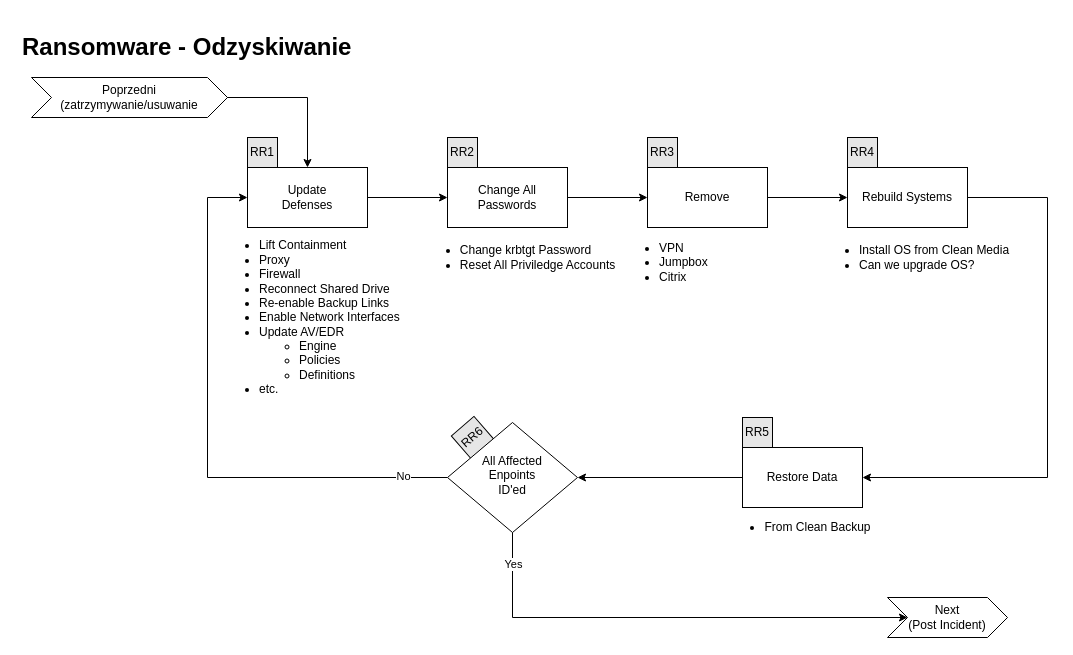
Above: page "Odzyskiwanie" (4 of 5) of IRP-Ransom/Workflows/Ransom-Workflow.drawio in amigasz/Playbooks (draw.io), before the change. Source tidied: cells renumbered, new cells numbered last; positions are measured from the earlier drawing's top-left corner, leaving out a move shared by most shapes. Both pictures are drawn from the tidied source at 100%, with x=0, y=0 at pixel (17, 27).
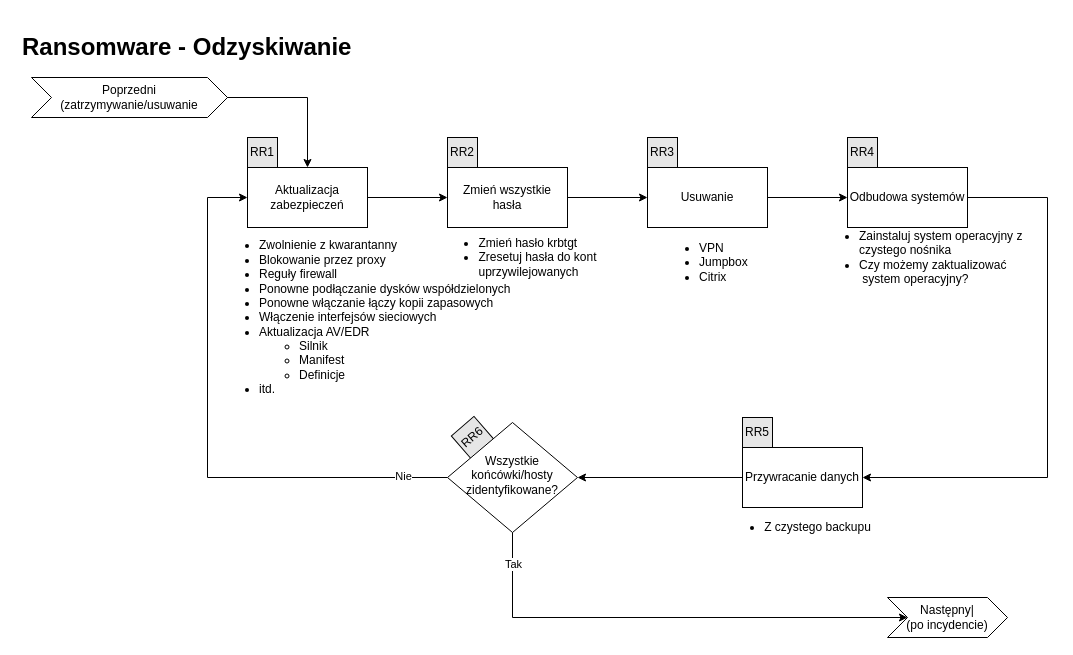
The same diagram, later.

The change refers to these unchanged cells:
```xml
<mxCell id="4" style="edgeStyle=orthogonalEdgeStyle;rounded=0;jettySize=auto;html=1;exitX=0;exitY=0.5;exitDx=0;exitDy=0;entryX=0;entryY=0.5;entryDx=0;entryDy=0;" parent="1" edge="1" source="6" target="14">
  <mxGeometry relative="1" as="geometry">
    <Array as="points">
      <mxPoint x="190" y="450" />
      <mxPoint x="190" y="170" />
    </Array>
  </mxGeometry>
</mxCell>
<mxCell id="8" style="edgeStyle=orthogonalEdgeStyle;rounded=0;jettySize=auto;html=1;exitX=0.5;exitY=1;exitDx=0;exitDy=0;entryX=0;entryY=0.5;entryDx=0;entryDy=0;" parent="1" edge="1" source="6" target="11">
  <mxGeometry relative="1" as="geometry">
    <Array as="points">
      <mxPoint x="495" y="590" />
    </Array>
  </mxGeometry>
</mxCell>
```

Change to the diagram source:
```diff
@@
-    <mxCell id="5" value="No" style="edgeLabel;html=1;align=center;verticalAlign=middle;" parent="4" vertex="1">
+    <mxCell id="5" value="Nie" style="edgeLabel;html=1;align=center;verticalAlign=middle;" parent="4" vertex="1">
       <mxGeometry x="-0.84" y="-2" relative="1" as="geometry" />
     </mxCell>
-    <mxCell id="6" value="&lt;div&gt;All Affected &lt;br&gt;&lt;/div&gt;&lt;div&gt;Enpoints &lt;br&gt;&lt;/div&gt;&lt;div&gt;ID'ed&lt;/div&gt;" style="rhombus;whiteSpace=wrap;html=1;shadow=0;fontFamily=Helvetica;fontSize=12;align=center;strokeWidth=1;spacing=6;spacingTop=-4;" parent="1" vertex="1">
+    <mxCell id="6" value="&lt;div&gt;Wszystkie końcówki/hosty zidentyfikowane?&lt;/div&gt;" style="rhombus;whiteSpace=wrap;html=1;shadow=0;fontFamily=Helvetica;fontSize=12;align=center;strokeWidth=1;spacing=6;spacingTop=-4;" parent="1" vertex="1">
       <mxGeometry x="430" y="395" width="130" height="110" as="geometry" />
     </mxCell>
@@
-    <mxCell id="9" value="Yes" style="edgeLabel;html=1;align=center;verticalAlign=middle;" parent="8" vertex="1">
+    <mxCell id="9" value="Tak" style="edgeLabel;html=1;align=center;verticalAlign=middle;" parent="8" vertex="1">
       <mxGeometry x="-0.82" y="1" relative="1" as="geometry">
         <mxPoint x="-1" y="-11.5" as="offset" />
       </mxGeometry>
     </mxCell>
@@
-    <mxCell id="11" value="&lt;div&gt;Next&lt;/div&gt;(Post Incident)" style="shape=step;perimeter=stepPerimeter;whiteSpace=wrap;html=1;fixedSize=1;" parent="1" vertex="1">
+    <mxCell id="11" value="Następny|&lt;br&gt;(po incydencie)" style="shape=step;perimeter=stepPerimeter;whiteSpace=wrap;html=1;fixedSize=1;" parent="1" vertex="1">
       <mxGeometry x="870" y="570" width="120" height="40" as="geometry" />
     </mxCell>
@@
-    <mxCell id="14" value="Update &lt;br&gt;Defenses" style="whiteSpace=wrap;html=1;" parent="1" vertex="1">
+    <mxCell id="14" value="Aktualizacja&lt;br&gt;zabezpieczeń" style="whiteSpace=wrap;html=1;" parent="1" vertex="1">
       <mxGeometry x="230" y="140" width="120" height="60" as="geometry" />
     </mxCell>
@@
-    <mxCell id="17" value="Change All Passwords" style="rounded=0;whiteSpace=wrap;html=1;" parent="1" vertex="1">
+    <mxCell id="17" value="Zmień wszystkie hasła" style="rounded=0;whiteSpace=wrap;html=1;" parent="1" vertex="1">
       <mxGeometry x="430" y="140" width="120" height="60" as="geometry" />
     </mxCell>
@@
-    <mxCell id="19" value="Remove" style="rounded=0;whiteSpace=wrap;html=1;" parent="1" vertex="1">
+    <mxCell id="19" value="Usuwanie" style="rounded=0;whiteSpace=wrap;html=1;" parent="1" vertex="1">
       <mxGeometry x="630" y="140" width="120" height="60" as="geometry" />
     </mxCell>
@@
-    <mxCell id="21" value="&lt;div align=&quot;left&quot;&gt;&lt;ul&gt;&lt;li&gt;&lt;span style=&quot;text-align: center&quot;&gt;Change krbtgt Password&lt;/span&gt;&lt;/li&gt;&lt;li&gt;&lt;span style=&quot;text-align: center&quot;&gt;Reset All Priviledge Accounts&lt;/span&gt;&lt;/li&gt;&lt;/ul&gt;&lt;/div&gt;" style="text;html=1;align=center;verticalAlign=middle;fillColor=none;strokeColor=none;rounded=0;" parent="1" vertex="1">
-      <mxGeometry x="395" y="200" width="210" height="60" as="geometry" />
+    <mxCell id="21" value="&lt;div align=&quot;left&quot;&gt;&lt;ul&gt;&lt;li&gt;&lt;span style=&quot;text-align: center;&quot;&gt;Zmień hasło krbtgt&lt;/span&gt;&lt;/li&gt;&lt;li&gt;&lt;span style=&quot;text-align: center;&quot;&gt;Zresetuj hasła do kont&lt;br&gt;uprzywilejowanych&amp;nbsp;&lt;/span&gt;&lt;/li&gt;&lt;/ul&gt;&lt;/div&gt;" style="text;html=1;align=center;verticalAlign=middle;fillColor=none;strokeColor=none;rounded=0;" parent="1" vertex="1">
+      <mxGeometry x="410" y="190" width="180" height="80" as="geometry" />
     </mxCell>
     <mxCell id="22" value="&lt;div&gt;&lt;ul&gt;&lt;li&gt;&lt;span&gt;VPN&lt;/span&gt;&lt;/li&gt;&lt;li&gt;&lt;span&gt;Jumpbox&lt;/span&gt;&lt;/li&gt;&lt;li&gt;&lt;span&gt;Citrix&lt;/span&gt;&lt;/li&gt;&lt;/ul&gt;&lt;/div&gt;" style="text;html=1;align=left;verticalAlign=middle;fillColor=none;strokeColor=none;rounded=0;" parent="1" vertex="1">
-      <mxGeometry x="600" y="200" width="100" height="70" as="geometry" />
+      <mxGeometry x="640" y="200" width="100" height="70" as="geometry" />
     </mxCell>
@@
-    <mxCell id="25" value="Rebuild Systems" style="rounded=0;whiteSpace=wrap;html=1;" parent="1" vertex="1">
+    <mxCell id="25" value="Odbudowa systemów" style="rounded=0;whiteSpace=wrap;html=1;" parent="1" vertex="1">
       <mxGeometry x="830" y="140" width="120" height="60" as="geometry" />
     </mxCell>
@@
-    <mxCell id="27" value="&lt;div&gt;&lt;ul&gt;&lt;li&gt;&lt;span&gt;Install OS from Clean Media&lt;/span&gt;&lt;/li&gt;&lt;li&gt;&lt;span&gt;Can we upgrade OS?&lt;/span&gt;&lt;/li&gt;&lt;/ul&gt;&lt;/div&gt;" style="text;html=1;align=left;verticalAlign=middle;fillColor=none;strokeColor=none;rounded=0;" parent="1" vertex="1">
-      <mxGeometry x="800" y="200" width="210" height="60" as="geometry" />
+    <mxCell id="27" value="&lt;ul&gt;&lt;li&gt;&lt;span&gt;Zainstaluj system operacyjny z &lt;br&gt;czystego nośnika&lt;/span&gt;&lt;/li&gt;&lt;li&gt;&lt;span&gt;Czy możemy zaktualizować&lt;br&gt;&amp;nbsp;system operacyjny?&lt;/span&gt;&lt;/li&gt;&lt;/ul&gt;" style="text;html=1;align=left;verticalAlign=middle;fillColor=none;strokeColor=none;rounded=0;" parent="1" vertex="1">
+      <mxGeometry x="800" y="180" width="230" height="100" as="geometry" />
     </mxCell>
@@
-    <mxCell id="29" value="Restore Data" style="rounded=0;whiteSpace=wrap;html=1;" parent="1" vertex="1">
+    <mxCell id="29" value="Przywracanie danych" style="rounded=0;whiteSpace=wrap;html=1;" parent="1" vertex="1">
       <mxGeometry x="725" y="420" width="120" height="60" as="geometry" />
     </mxCell>
@@
-    <mxCell id="31" value="&lt;ul&gt;&lt;li style=&quot;text-align: left&quot;&gt;From Clean Backup&lt;/li&gt;&lt;/ul&gt;" style="text;html=1;align=center;verticalAlign=middle;fillColor=none;strokeColor=none;rounded=0;" parent="1" vertex="1">
-      <mxGeometry x="700" y="480" width="160" height="40" as="geometry" />
+    <mxCell id="31" value="&lt;ul&gt;&lt;li style=&quot;text-align: left&quot;&gt;Z czystego backupu&lt;/li&gt;&lt;/ul&gt;" style="text;html=1;align=center;verticalAlign=middle;fillColor=none;strokeColor=none;rounded=0;" parent="1" vertex="1">
+      <mxGeometry x="695" y="475" width="170" height="50" as="geometry" />
     </mxCell>
-    <mxCell id="32" value="&lt;div&gt;&lt;ul&gt;&lt;li&gt;Lift Containment&lt;/li&gt;&lt;li&gt;Proxy&lt;/li&gt;&lt;li&gt;Firewall&lt;/li&gt;&lt;li&gt;Reconnect Shared Drive&lt;/li&gt;&lt;li&gt;Re-enable Backup Links&lt;/li&gt;&lt;li&gt;Enable Network Interfaces&lt;/li&gt;&lt;li&gt;Update AV/EDR&lt;/li&gt;&lt;ul&gt;&lt;li&gt;Engine&lt;/li&gt;&lt;li&gt;Policies&lt;/li&gt;&lt;li&gt;Definitions&lt;/li&gt;&lt;/ul&gt;&lt;li&gt;etc.&lt;/li&gt;&lt;/ul&gt;&lt;/div&gt;" style="text;html=1;align=left;verticalAlign=middle;fillColor=none;strokeColor=none;rounded=0;" parent="1" vertex="1">
-      <mxGeometry x="200" y="200" width="200" height="180" as="geometry" />
+    <mxCell id="32" value="&lt;ul&gt;&lt;li&gt;Zwolnienie z kwarantanny&amp;nbsp;&lt;/li&gt;&lt;li&gt;Blokowanie przez proxy&lt;/li&gt;&lt;li&gt;Reguły firewall&lt;/li&gt;&lt;li&gt;Ponowne podłączanie dysków współdzielonych&lt;/li&gt;&lt;li&gt;Ponowne włączanie łączy kopii zapasowych&lt;/li&gt;&lt;li&gt;Włączenie interfejsów sieciowych&lt;/li&gt;&lt;li&gt;Aktualizacja AV/EDR&lt;/li&gt;&lt;ul&gt;&lt;li&gt;Silnik&lt;/li&gt;&lt;li&gt;Manifest&lt;/li&gt;&lt;li&gt;Definicje&lt;/li&gt;&lt;/ul&gt;&lt;li&gt;itd.&lt;/li&gt;&lt;/ul&gt;" style="text;html=1;align=left;verticalAlign=middle;fillColor=none;strokeColor=none;rounded=0;" parent="1" vertex="1">
+      <mxGeometry x="200" y="190" width="310" height="200" as="geometry" />
     </mxCell>
```
